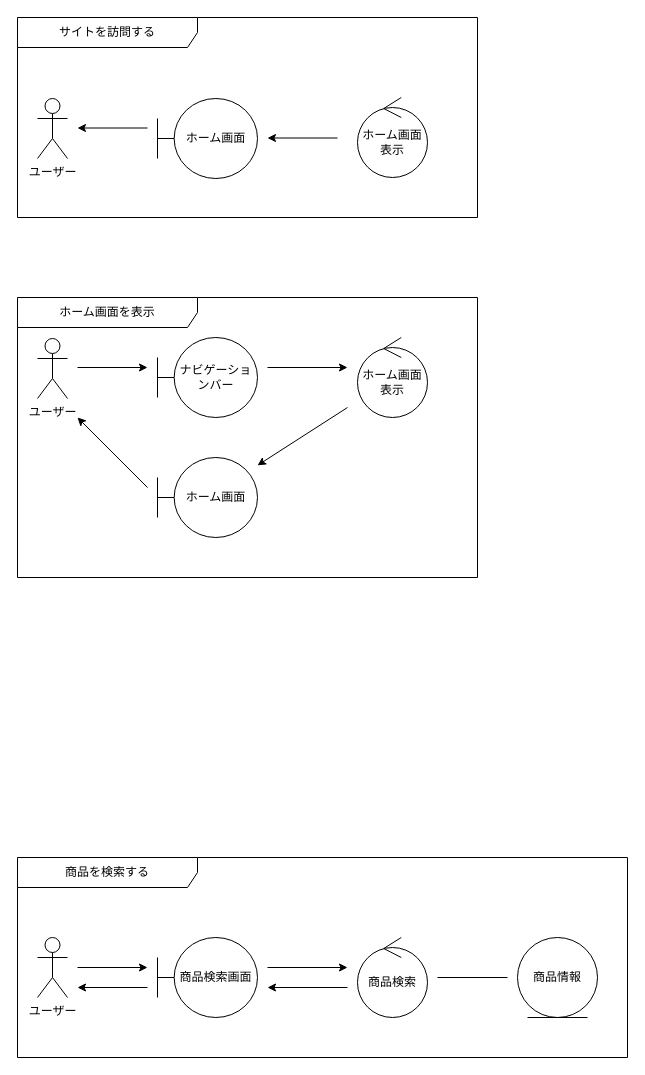
Above: 02_概要設計書/ロバストネス図/dio/ロバストネス図(ユーザー).dio in sealddr/SampleEC-doc (draw.io), before the change. Source tidied: cells renumbered, new cells numbered last; positions are measured from the earlier drawing's top-left corner, leaving out a move shared by most shapes. Both pictures are drawn from the tidied source at 100%, with x=0, y=0 at pixel (17, 17).
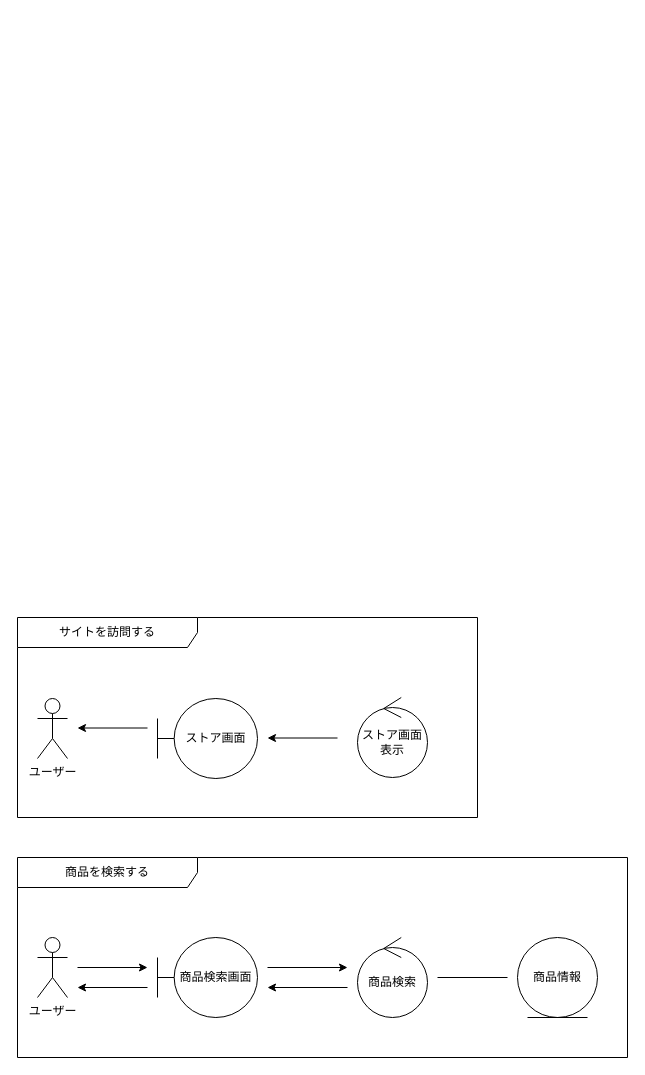
The same diagram, later.

Commit message (it also covers changes not shown here):
設計の変更を設計書に反映

Diff of the diagram source:
```diff
@@
     <mxCell id="3" value="サイトを訪問する" style="shape=umlFrame;whiteSpace=wrap;html=1;width=180;height=30;" parent="1" vertex="1">
-      <mxGeometry width="460" height="200" as="geometry" />
+      <mxGeometry y="600" width="460" height="200" as="geometry" />
     </mxCell>
-    <mxCell id="4" value="ホーム画面" style="shape=umlBoundary;whiteSpace=wrap;html=1;" parent="1" vertex="1">
-      <mxGeometry x="140" y="81" width="100" height="80" as="geometry" />
+    <mxCell id="4" value="ストア画面" style="shape=umlBoundary;whiteSpace=wrap;html=1;" parent="1" vertex="1">
+      <mxGeometry x="140" y="681" width="100" height="80" as="geometry" />
     </mxCell>
-    <mxCell id="5" value="ホーム画面表示" style="ellipse;shape=umlControl;whiteSpace=wrap;html=1;" parent="1" vertex="1">
-      <mxGeometry x="340" y="80" width="70" height="80" as="geometry" />
+    <mxCell id="5" value="ストア画面表示" style="ellipse;shape=umlControl;whiteSpace=wrap;html=1;" parent="1" vertex="1">
+      <mxGeometry x="340" y="680" width="70" height="80" as="geometry" />
     </mxCell>
     <mxCell id="6" value="ユーザー" style="shape=umlActor;verticalLabelPosition=bottom;verticalAlign=top;html=1;" parent="1" vertex="1">
-      <mxGeometry x="20" y="81" width="30" height="60" as="geometry" />
+      <mxGeometry x="20" y="681" width="30" height="60" as="geometry" />
     </mxCell>
     <mxCell id="7" style="endArrow=classic;html=1;" parent="1" edge="1">
       <mxGeometry relative="1" as="geometry">
-        <mxPoint x="130" y="110.5" as="sourcePoint" />
-        <mxPoint x="60" y="110.5" as="targetPoint" />
+        <mxPoint x="130" y="710.5" as="sourcePoint" />
+        <mxPoint x="60" y="710.5" as="targetPoint" />
       </mxGeometry>
     </mxCell>
     <mxCell id="8" style="endArrow=classic;html=1;" parent="1" edge="1">
       <mxGeometry relative="1" as="geometry">
-        <mxPoint x="320" y="120.5" as="sourcePoint" />
-        <mxPoint x="250" y="120.5" as="targetPoint" />
+        <mxPoint x="320" y="720.5" as="sourcePoint" />
+        <mxPoint x="250" y="720.5" as="targetPoint" />
       </mxGeometry>
     </mxCell>
@@
-    <mxCell id="18" value="ホーム画面を表示" style="shape=umlFrame;whiteSpace=wrap;html=1;width=180;height=30;" parent="1" vertex="1">
-      <mxGeometry y="280" width="460" height="280" as="geometry" />
-    </mxCell>
-    <mxCell id="19" value="ホーム画面" style="shape=umlBoundary;whiteSpace=wrap;html=1;" parent="1" vertex="1">
-      <mxGeometry x="140" y="440" width="100" height="80" as="geometry" />
-    </mxCell>
-    <mxCell id="20" value="ホーム画面表示" style="ellipse;shape=umlControl;whiteSpace=wrap;html=1;" parent="1" vertex="1">
-      <mxGeometry x="340" y="320" width="70" height="80" as="geometry" />
-    </mxCell>
-    <mxCell id="21" value="ユーザー" style="shape=umlActor;verticalLabelPosition=bottom;verticalAlign=top;html=1;" parent="1" vertex="1">
-      <mxGeometry x="20" y="321" width="30" height="60" as="geometry" />
-    </mxCell>
-    <mxCell id="22" style="endArrow=classic;html=1;" parent="1" edge="1">
-      <mxGeometry relative="1" as="geometry">
-        <mxPoint x="60" y="350" as="sourcePoint" />
-        <mxPoint x="130" y="350" as="targetPoint" />
-      </mxGeometry>
-    </mxCell>
-    <mxCell id="23" style="endArrow=classic;html=1;" parent="1" edge="1" target="19">
-      <mxGeometry relative="1" as="geometry">
-        <mxPoint x="330" y="390" as="sourcePoint" />
-      </mxGeometry>
-    </mxCell>
-    <mxCell id="24" value="ナビゲーションバー" style="shape=umlBoundary;whiteSpace=wrap;html=1;" parent="1" vertex="1">
-      <mxGeometry x="140" y="320" width="100" height="80" as="geometry" />
-    </mxCell>
-    <mxCell id="25" style="endArrow=classic;html=1;" parent="1" edge="1">
-      <mxGeometry relative="1" as="geometry">
-        <mxPoint x="250" y="350" as="sourcePoint" />
-        <mxPoint x="330" y="350" as="targetPoint" />
-      </mxGeometry>
-    </mxCell>
-    <mxCell id="26" style="endArrow=classic;html=1;" parent="1" edge="1">
-      <mxGeometry relative="1" as="geometry">
-        <mxPoint x="130" y="470" as="sourcePoint" />
-        <mxPoint x="60" y="400" as="targetPoint" />
-      </mxGeometry>
-    </mxCell>
```
